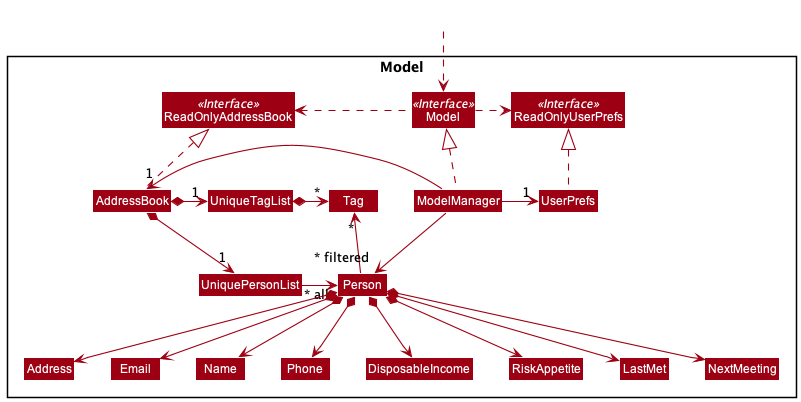
Earlier version of the PlantUML export docs/images/ModelClassDiagram.png (nus-cs2103-AY2122S1/tp).
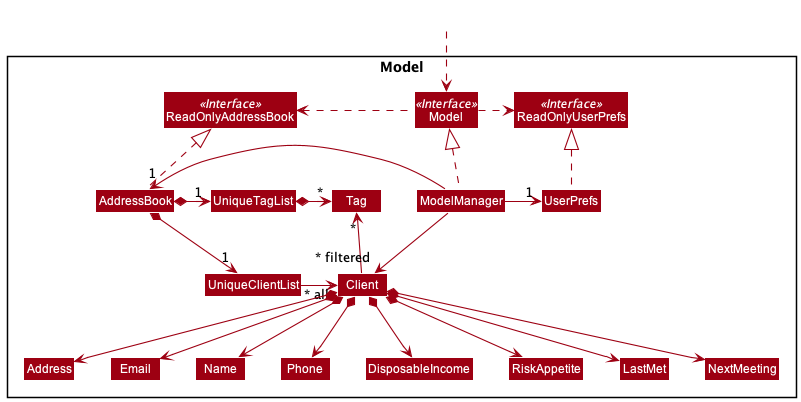
Later version of the same file.

What changed in the source:
```diff
@@ -16,9 +16,9 @@
 Class ReadOnlyUserPrefs
 
 
-Class UniquePersonList
+Class UniqueClientList
 Class UniqueTagList
-Class Person
+Class Client
 Class Address
 Class Email
 Class Name
@@ -43,24 +43,24 @@
 ModelManager -right-> "1" UserPrefs
 UserPrefs .up.|> ReadOnlyUserPrefs
 
-UniquePersonList ---right-> "~* all" Person
-AddressBook *-right-> "1" UniquePersonList
+UniqueClientList ---right-> "~* all" Client
+AddressBook *-right-> "1" UniqueClientList
 AddressBook *-right-> "1" UniqueTagList
-UniqueTagList -[hidden]down- UniquePersonList
-UniqueTagList -[hidden]down- UniquePersonList
+UniqueTagList -[hidden]down- UniqueClientList
+UniqueTagList -[hidden]down- UniqueClientList
 
 UniqueTagList *-right-> "*" Tag
 
-Person -up-> "*" Tag
+Client -up-> "*" Tag
 
-Person *--> Name
-Person *--> Phone
-Person *--> Email
-Person *--> Address
-Person *--> DisposableIncome
-Person *--> RiskAppetite
-Person *--> LastMet
-Person *--> NextMeeting
+Client *--> Name
+Client *--> Phone
+Client *--> Email
+Client *--> Address
+Client *--> DisposableIncome
+Client *--> RiskAppetite
+Client *--> LastMet
+Client *--> NextMeeting
 
-ModelManager -down-> "~* filtered" Person
+ModelManager -down-> "~* filtered" Client
 @enduml
```
